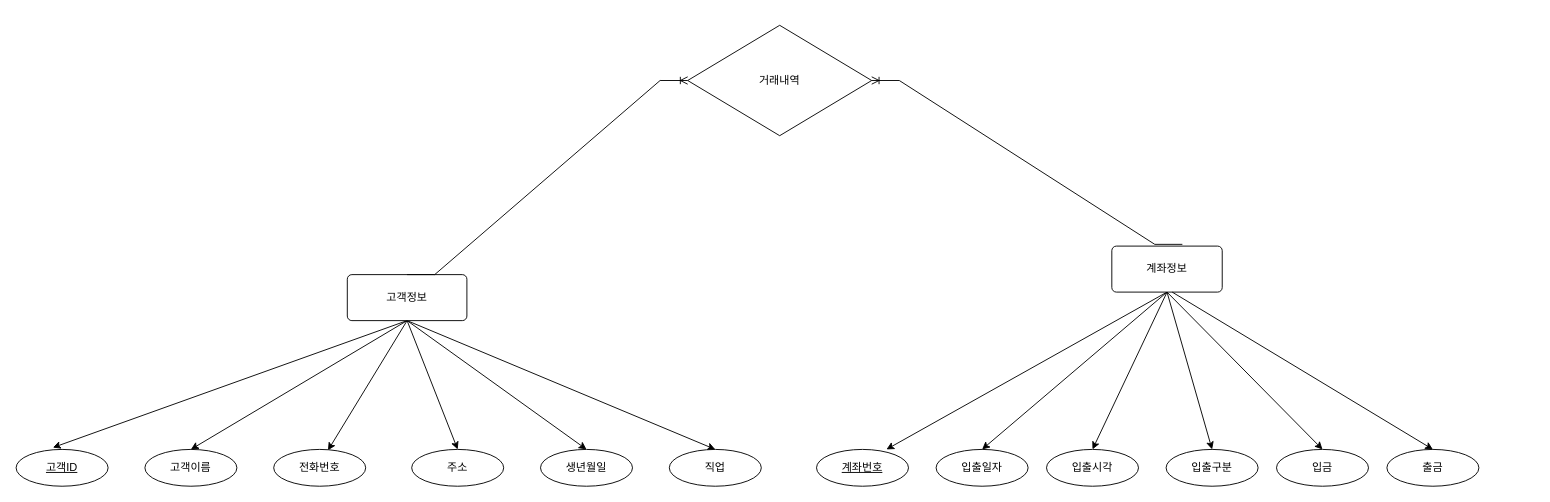
Earlier version of the draw.io diagram Java_020_Bank/bank(2023-05-17).drawio (kimgukju/Biz-2023-04-505-Java). Source tidied: cells renumbered, new cells numbered last; positions are measured from the earlier drawing's top-left corner, leaving out a move shared by most shapes. Both pictures are drawn from the tidied source at 92%, with x=0, y=0 at pixel (16, 25).
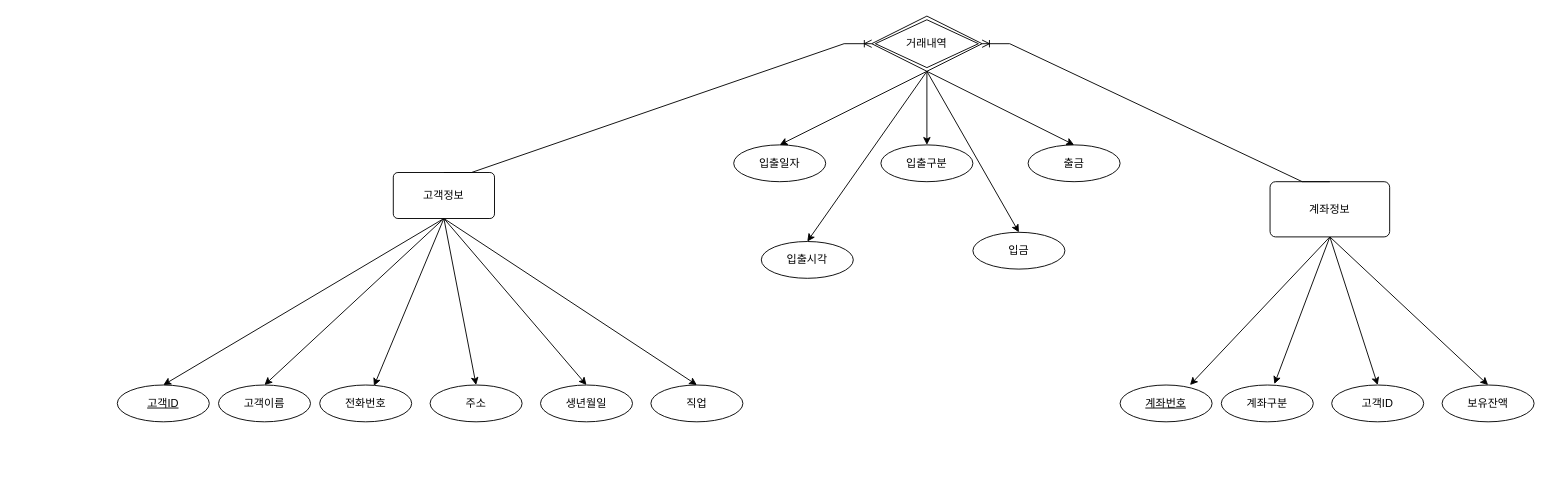
The same page after the edit.

The edit, as a diff of the source:
```diff
@@
     <mxCell id="2" value="고객ID" style="ellipse;whiteSpace=wrap;html=1;align=center;fontStyle=4;" parent="1" vertex="1">
-      <mxGeometry y="461" width="100" height="40" as="geometry" />
+      <mxGeometry x="110" y="391" width="100" height="40" as="geometry" />
     </mxCell>
-    <mxCell id="3" style="rounded=0;jettySize=auto;html=1;entryX=0.4;entryY=-0.05;entryDx=0;entryDy=0;entryPerimeter=0;exitX=0.5;exitY=1;exitDx=0;exitDy=0;" parent="1" edge="1" source="9" target="2">
+    <mxCell id="3" style="rounded=0;jettySize=auto;html=1;exitX=0.5;exitY=1;exitDx=0;exitDy=0;entryX=0.5;entryY=0;entryDx=0;entryDy=0;" parent="1" edge="1" source="9" target="2">
       <mxGeometry relative="1" as="geometry" />
     </mxCell>
@@
-    <mxCell id="8" style="rounded=0;jettySize=auto;html=1;entryX=0.5;entryY=0;entryDx=0;entryDy=0;exitX=0.5;exitY=1;exitDx=0;exitDy=0;" parent="1" edge="1" source="9" target="14">
+    <mxCell id="8" style="rounded=0;jettySize=auto;html=1;exitX=0.5;exitY=1;exitDx=0;exitDy=0;entryX=0.5;entryY=0;entryDx=0;entryDy=0;" parent="1" edge="1" source="9" target="14">
       <mxGeometry relative="1" as="geometry" />
     </mxCell>
     <mxCell id="9" value="고객정보" style="rounded=1;arcSize=10;whiteSpace=wrap;html=1;align=center;" parent="1" vertex="1">
-      <mxGeometry x="360" y="271" width="130" height="50" as="geometry" />
+      <mxGeometry x="410" y="160" width="110" height="50" as="geometry" />
     </mxCell>
     <mxCell id="10" value="고객이름" style="ellipse;whiteSpace=wrap;html=1;align=center;" parent="1" vertex="1">
-      <mxGeometry x="140" y="461" width="100" height="40" as="geometry" />
+      <mxGeometry x="220" y="391" width="100" height="40" as="geometry" />
     </mxCell>
     <mxCell id="11" value="전화번호" style="ellipse;whiteSpace=wrap;html=1;align=center;" parent="1" vertex="1">
-      <mxGeometry x="280" y="461" width="100" height="40" as="geometry" />
+      <mxGeometry x="330" y="391" width="100" height="40" as="geometry" />
     </mxCell>
     <mxCell id="12" value="주소" style="ellipse;whiteSpace=wrap;html=1;align=center;" parent="1" vertex="1">
-      <mxGeometry x="430" y="461" width="100" height="40" as="geometry" />
+      <mxGeometry x="450" y="391" width="100" height="40" as="geometry" />
     </mxCell>
     <mxCell id="13" value="생년월일" style="ellipse;whiteSpace=wrap;html=1;align=center;" parent="1" vertex="1">
-      <mxGeometry x="570" y="461" width="100" height="40" as="geometry" />
+      <mxGeometry x="570" y="391" width="100" height="40" as="geometry" />
     </mxCell>
     <mxCell id="14" value="직업" style="ellipse;whiteSpace=wrap;html=1;align=center;" parent="1" vertex="1">
-      <mxGeometry x="710" y="461" width="100" height="40" as="geometry" />
+      <mxGeometry x="690" y="391" width="100" height="40" as="geometry" />
     </mxCell>
@@
-    <mxCell id="16" value="계좌정보" style="rounded=1;arcSize=10;whiteSpace=wrap;html=1;align=center;" parent="1" vertex="1">
-      <mxGeometry x="1191" y="240" width="120" height="50" as="geometry" />
-    </mxCell>
     <mxCell id="17" value="계좌번호" style="ellipse;whiteSpace=wrap;html=1;align=center;fontStyle=4;" parent="1" vertex="1">
-      <mxGeometry x="870" y="461" width="100" height="40" as="geometry" />
+      <mxGeometry x="1200" y="391" width="100" height="40" as="geometry" />
     </mxCell>
     <mxCell id="18" value="입출일자" style="ellipse;whiteSpace=wrap;html=1;align=center;" parent="1" vertex="1">
-      <mxGeometry x="1000" y="461" width="100" height="40" as="geometry" />
+      <mxGeometry x="780" y="130" width="100" height="40" as="geometry" />
     </mxCell>
     <mxCell id="19" value="입출시각" style="ellipse;whiteSpace=wrap;html=1;align=center;" parent="1" vertex="1">
-      <mxGeometry x="1120" y="461" width="100" height="40" as="geometry" />
+      <mxGeometry x="810" y="235" width="100" height="40" as="geometry" />
     </mxCell>
     <mxCell id="20" value="입금" style="ellipse;whiteSpace=wrap;html=1;align=center;" parent="1" vertex="1">
-      <mxGeometry x="1370" y="461" width="100" height="40" as="geometry" />
+      <mxGeometry x="1040" y="225" width="100" height="40" as="geometry" />
     </mxCell>
     <mxCell id="21" value="입출구분" style="ellipse;whiteSpace=wrap;html=1;align=center;" parent="1" vertex="1">
-      <mxGeometry x="1250" y="461" width="100" height="40" as="geometry" />
+      <mxGeometry x="940" y="130" width="100" height="40" as="geometry" />
     </mxCell>
     <mxCell id="22" value="출금" style="ellipse;whiteSpace=wrap;html=1;align=center;" parent="1" vertex="1">
-      <mxGeometry x="1490" y="461" width="100" height="40" as="geometry" />
+      <mxGeometry x="1100" y="130" width="100" height="40" as="geometry" />
     </mxCell>
-    <mxCell id="23" style="rounded=0;jettySize=auto;html=1;entryX=0.5;entryY=0;entryDx=0;entryDy=0;exitX=0.5;exitY=1;exitDx=0;exitDy=0;" parent="1" edge="1" source="16" target="18">
+    <mxCell id="23" style="rounded=0;jettySize=auto;html=1;entryX=0.5;entryY=0;entryDx=0;entryDy=0;exitX=0.5;exitY=1;exitDx=0;exitDy=0;" parent="1" edge="1" source="28" target="18">
       <mxGeometry relative="1" as="geometry" />
     </mxCell>
-    <mxCell id="24" style="rounded=0;jettySize=auto;html=1;entryX=0.5;entryY=0;entryDx=0;entryDy=0;exitX=0.5;exitY=1;exitDx=0;exitDy=0;" parent="1" edge="1" source="16" target="19">
+    <mxCell id="24" style="rounded=0;jettySize=auto;html=1;entryX=0.5;entryY=0;entryDx=0;entryDy=0;exitX=0.5;exitY=1;exitDx=0;exitDy=0;" parent="1" edge="1" source="28" target="19">
       <mxGeometry relative="1" as="geometry" />
     </mxCell>
-    <mxCell id="25" style="rounded=0;jettySize=auto;html=1;entryX=0.5;entryY=0;entryDx=0;entryDy=0;exitX=0.5;exitY=1;exitDx=0;exitDy=0;" parent="1" edge="1" source="16" target="21">
+    <mxCell id="25" style="rounded=0;jettySize=auto;html=1;entryX=0.5;entryY=0;entryDx=0;entryDy=0;exitX=0.5;exitY=1;exitDx=0;exitDy=0;" parent="1" edge="1" source="28" target="21">
       <mxGeometry relative="1" as="geometry" />
     </mxCell>
-    <mxCell id="26" style="rounded=0;jettySize=auto;html=1;entryX=0.5;entryY=0;entryDx=0;entryDy=0;exitX=0.5;exitY=1;exitDx=0;exitDy=0;" parent="1" edge="1" source="16" target="20">
+    <mxCell id="26" style="rounded=0;jettySize=auto;html=1;entryX=0.5;entryY=0;entryDx=0;entryDy=0;exitX=0.5;exitY=1;exitDx=0;exitDy=0;" parent="1" edge="1" source="28" target="20">
       <mxGeometry relative="1" as="geometry" />
     </mxCell>
-    <mxCell id="27" style="rounded=0;jettySize=auto;html=1;entryX=0.5;entryY=0;entryDx=0;entryDy=0;exitX=0.547;exitY=1;exitDx=0;exitDy=0;exitPerimeter=0;" parent="1" edge="1" source="16" target="22">
+    <mxCell id="27" style="rounded=0;jettySize=auto;html=1;entryX=0.5;entryY=0;entryDx=0;entryDy=0;exitX=0.5;exitY=1;exitDx=0;exitDy=0;" parent="1" edge="1" source="28" target="22">
       <mxGeometry relative="1" as="geometry" />
     </mxCell>
-    <mxCell id="28" value="거래내역" style="shape=rhombus;perimeter=rhombusPerimeter;whiteSpace=wrap;html=1;align=center;" parent="1" vertex="1">
-      <mxGeometry x="730" width="200" height="120" as="geometry" />
+    <mxCell id="28" value="거래내역" style="shape=rhombus;double=1;perimeter=rhombusPerimeter;whiteSpace=wrap;html=1;align=center;" parent="1" vertex="1">
+      <mxGeometry x="930" y="-10" width="120" height="60" as="geometry" />
     </mxCell>
+    <mxCell id="31" style="rounded=0;jettySize=auto;html=1;entryX=0.577;entryY=-0.028;entryDx=0;entryDy=0;entryPerimeter=0;exitX=0.5;exitY=1;exitDx=0;exitDy=0;" parent="1" edge="1" source="16" target="34">
+      <mxGeometry relative="1" as="geometry" />
+    </mxCell>
+    <mxCell id="32" style="rounded=0;jettySize=auto;html=1;entryX=0.5;entryY=0;entryDx=0;entryDy=0;exitX=0.5;exitY=1;exitDx=0;exitDy=0;" parent="1" edge="1" source="16" target="35">
+      <mxGeometry relative="1" as="geometry" />
+    </mxCell>
+    <mxCell id="33" style="rounded=0;jettySize=auto;html=1;entryX=0.5;entryY=0;entryDx=0;entryDy=0;exitX=0.5;exitY=1;exitDx=0;exitDy=0;" parent="1" edge="1" source="16" target="36">
+      <mxGeometry relative="1" as="geometry" />
+    </mxCell>
+    <mxCell id="16" value="계좌정보" style="rounded=1;arcSize=10;whiteSpace=wrap;html=1;align=center;" parent="1" vertex="1">
+      <mxGeometry x="1363" y="170" width="130" height="60" as="geometry" />
+    </mxCell>
+    <mxCell id="34" value="계좌구분" style="ellipse;whiteSpace=wrap;html=1;align=center;" parent="1" vertex="1">
+      <mxGeometry x="1310" y="391" width="100" height="40" as="geometry" />
+    </mxCell>
+    <mxCell id="35" value="고객ID" style="ellipse;whiteSpace=wrap;html=1;align=center;" parent="1" vertex="1">
+      <mxGeometry x="1430" y="391" width="100" height="40" as="geometry" />
+    </mxCell>
+    <mxCell id="36" value="보유잔액" style="ellipse;whiteSpace=wrap;html=1;align=center;" parent="1" vertex="1">
+      <mxGeometry x="1550" y="391" width="100" height="40" as="geometry" />
+    </mxCell>
+    <mxCell id="30" style="edgeStyle=entityRelationEdgeStyle;fontSize=12;html=1;endArrow=ERoneToMany;rounded=0;entryX=0;entryY=0.5;entryDx=0;entryDy=0;exitX=0.5;exitY=0;exitDx=0;exitDy=0;" parent="1" edge="1" source="9" target="28">
+      <mxGeometry relative="1" as="geometry" />
+    </mxCell>
-    <mxCell id="29" style="edgeStyle=entityRelationEdgeStyle;fontSize=12;html=1;endArrow=ERoneToMany;rounded=0;entryX=1;entryY=0.5;entryDx=0;entryDy=0;exitX=0.639;exitY=-0.038;exitDx=0;exitDy=0;exitPerimeter=0;" parent="1" edge="1" source="16" target="28">
+    <mxCell id="29" style="edgeStyle=entityRelationEdgeStyle;fontSize=12;html=1;endArrow=ERoneToMany;rounded=0;entryX=1;entryY=0.5;entryDx=0;entryDy=0;exitX=0.5;exitY=0;exitDx=0;exitDy=0;" parent="1" edge="1" source="16" target="28">
       <mxGeometry relative="1" as="geometry" />
     </mxCell>
-    <mxCell id="30" style="edgeStyle=entityRelationEdgeStyle;fontSize=12;html=1;endArrow=ERoneToMany;rounded=0;entryX=0;entryY=0.5;entryDx=0;entryDy=0;exitX=0.5;exitY=0;exitDx=0;exitDy=0;" parent="1" edge="1" source="9" target="28">
-      <mxGeometry relative="1" as="geometry" />
-    </mxCell>
```
